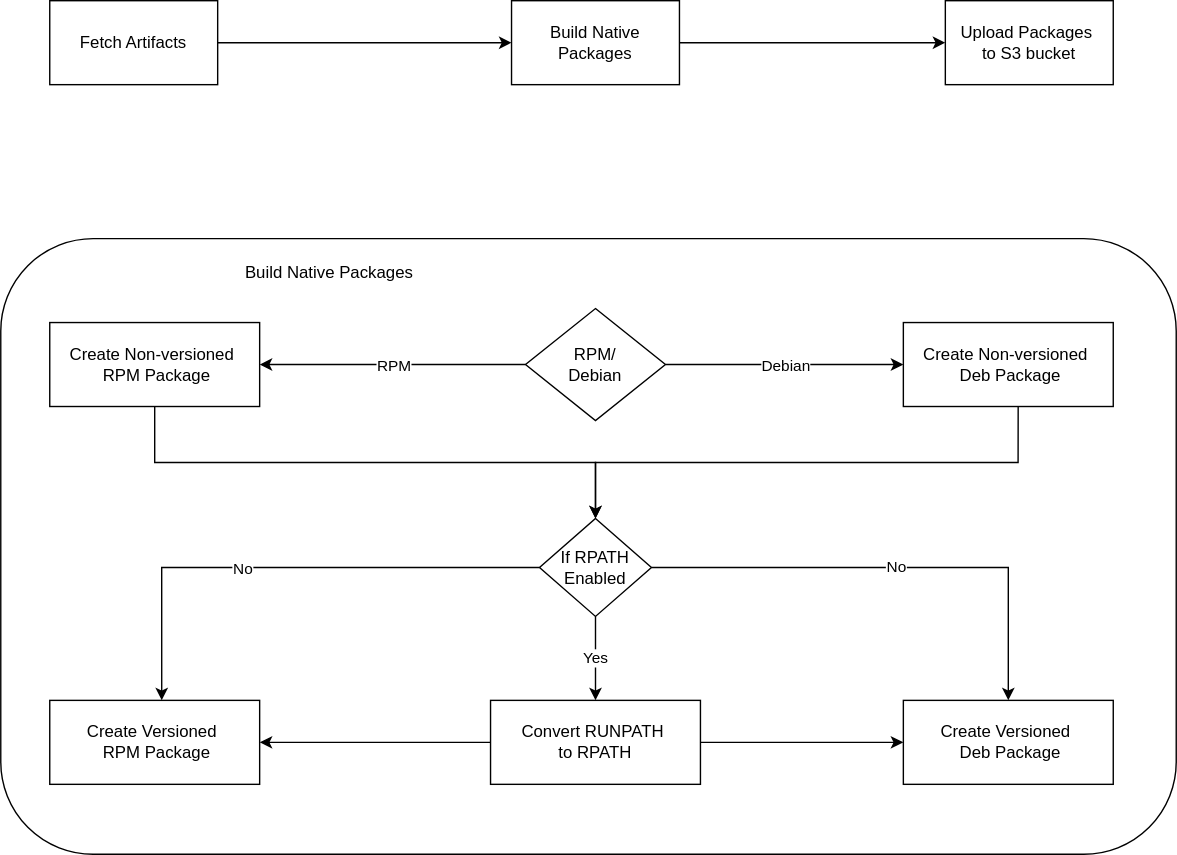
The draw.io diagram docs/packaging/assets/native_packaging.drawio.svg in ROCm/TheRock, before a commit. Source tidied: cells renumbered, new cells last; positions are measured from the earlier drawing's top-left corner, leaving out a move shared by most shapes.
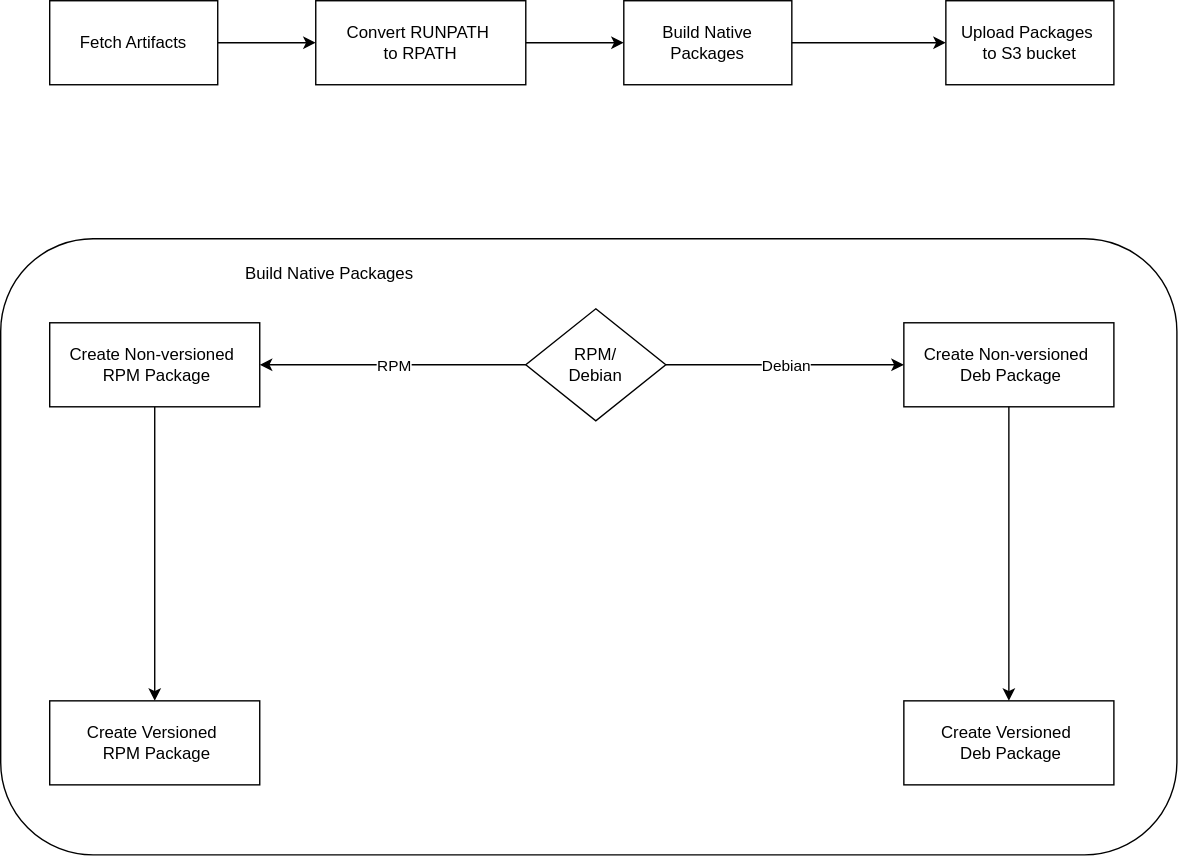
After the change.

Commit message:
Update flow diagram for native pacakging

What changed in the source:
```diff
@@ -2,14 +2,14 @@
   <root>
     <mxCell id="0" />
     <mxCell id="1" parent="0" />
-    <mxCell id="2" style="edgeStyle=orthogonalEdgeStyle;rounded=0;jettySize=auto;html=1;entryX=0;entryY=0.5;entryDx=0;entryDy=0;" parent="1" edge="1" source="3" target="4">
-      <mxGeometry relative="1" as="geometry" />
-    </mxCell>
+    <mxCell id="28" style="edgeStyle=orthogonalEdgeStyle;rounded=0;jettySize=auto;html=1;" parent="1" edge="1" source="3" target="24">
+      <mxGeometry relative="1" as="geometry" />
+    </mxCell>
     <mxCell id="3" value="Fetch Artifacts" style="rounded=0;whiteSpace=wrap;html=1;" parent="1" vertex="1">
       <mxGeometry x="35" width="120" height="60" as="geometry" />
     </mxCell>
     <mxCell id="4" value="Build Native Packages" style="rounded=0;whiteSpace=wrap;html=1;" parent="1" vertex="1">
-      <mxGeometry x="365" width="120" height="60" as="geometry" />
+      <mxGeometry x="445" width="120" height="60" as="geometry" />
     </mxCell>
     <mxCell id="5" value="Upload Packages&amp;nbsp;&lt;div&gt;to S3 bucket&lt;/div&gt;" style="rounded=0;whiteSpace=wrap;html=1;" parent="1" vertex="1">
       <mxGeometry x="675" width="120" height="60" as="geometry" />
@@ -17,9 +17,15 @@
     <mxCell id="6" style="endArrow=classic;html=1;rounded=0;exitX=1;exitY=0.5;exitDx=0;exitDy=0;entryX=0;entryY=0.5;entryDx=0;entryDy=0;" parent="1" edge="1" source="4" target="5">
       <mxGeometry relative="1" as="geometry" />
     </mxCell>
+    <mxCell id="29" style="edgeStyle=orthogonalEdgeStyle;rounded=0;jettySize=auto;html=1;entryX=0.5;entryY=0;entryDx=0;entryDy=0;exitX=0.5;exitY=1;exitDx=0;exitDy=0;" parent="1" edge="1" source="9" target="20">
+      <mxGeometry relative="1" as="geometry" />
+    </mxCell>
     <mxCell id="7" style="rounded=1;whiteSpace=wrap;html=1;" parent="1" vertex="1">
       <mxGeometry y="170" width="840" height="440" as="geometry" />
     </mxCell>
+    <mxCell id="30" style="edgeStyle=orthogonalEdgeStyle;rounded=0;jettySize=auto;html=1;entryX=0.5;entryY=0;entryDx=0;entryDy=0;" parent="1" edge="1" source="8" target="19">
+      <mxGeometry relative="1" as="geometry" />
+    </mxCell>
     <mxCell id="8" value="Create Non-versioned&amp;nbsp; &amp;nbsp;&lt;span style=&quot;background-color: transparent; color: light-dark(rgb(0, 0, 0), rgb(255, 255, 255));&quot;&gt;RPM&amp;nbsp;&lt;/span&gt;&lt;span style=&quot;background-color: transparent; color: light-dark(rgb(0, 0, 0), rgb(255, 255, 255));&quot;&gt;Package&lt;/span&gt;" style="rounded=0;whiteSpace=wrap;html=1;" parent="1" vertex="1">
       <mxGeometry x="35" y="230" width="150" height="60" as="geometry" />
     </mxCell>
@@ -41,60 +47,23 @@
     <mxCell id="14" value="Debian" style="edgeLabel;html=1;align=center;verticalAlign=middle;" parent="13" vertex="1">
       <mxGeometry relative="1" as="geometry" />
     </mxCell>
-    <mxCell id="15" value="Yes" style="edgeStyle=orthogonalEdgeStyle;rounded=0;jettySize=auto;html=1;entryX=0.5;entryY=0;entryDx=0;entryDy=0;" parent="1" edge="1" source="17" target="24">
-      <mxGeometry relative="1" as="geometry" />
-    </mxCell>
-    <mxCell id="16" value="No" style="edgeStyle=orthogonalEdgeStyle;rounded=0;jettySize=auto;html=1;entryX=0.5;entryY=0;entryDx=0;entryDy=0;" parent="1" edge="1" source="17" target="20">
-      <mxGeometry relative="1" as="geometry" />
-    </mxCell>
-    <mxCell id="17" value="If RPATH&lt;br&gt;Enabled" style="rhombus;whiteSpace=wrap;html=1;" parent="1" vertex="1">
-      <mxGeometry x="385" y="370" width="80" height="70" as="geometry" />
-    </mxCell>
-    <mxCell id="18" style="endArrow=classic;html=1;rounded=0;exitX=0.547;exitY=1;exitDx=0;exitDy=0;exitPerimeter=0;entryX=0.5;entryY=0;entryDx=0;entryDy=0;" parent="1" edge="1" source="9" target="17">
-      <mxGeometry relative="1" as="geometry">
-        <Array as="points">
-          <mxPoint x="727" y="330" />
-          <mxPoint x="715" y="330" />
-          <mxPoint x="425" y="330" />
-        </Array>
-      </mxGeometry>
-    </mxCell>
     <mxCell id="19" value="Create Versioned&amp;nbsp; &amp;nbsp;&lt;span style=&quot;background-color: transparent; color: light-dark(rgb(0, 0, 0), rgb(255, 255, 255));&quot;&gt;RPM&amp;nbsp;&lt;/span&gt;&lt;span style=&quot;background-color: transparent; color: light-dark(rgb(0, 0, 0), rgb(255, 255, 255));&quot;&gt;Package&lt;/span&gt;" style="rounded=0;whiteSpace=wrap;html=1;" parent="1" vertex="1">
       <mxGeometry x="35" y="500" width="150" height="60" as="geometry" />
     </mxCell>
     <mxCell id="20" value="Create Versioned&amp;nbsp; &amp;nbsp;Deb&lt;span style=&quot;background-color: transparent; color: light-dark(rgb(0, 0, 0), rgb(255, 255, 255));&quot;&gt;&amp;nbsp;&lt;/span&gt;&lt;span style=&quot;background-color: transparent; color: light-dark(rgb(0, 0, 0), rgb(255, 255, 255));&quot;&gt;Package&lt;/span&gt;" style="rounded=0;whiteSpace=wrap;html=1;" parent="1" vertex="1">
       <mxGeometry x="645" y="500" width="150" height="60" as="geometry" />
     </mxCell>
-    <mxCell id="21" style="endArrow=classic;html=1;rounded=0;exitX=0.5;exitY=1;exitDx=0;exitDy=0;entryX=0.5;entryY=0;entryDx=0;entryDy=0;" parent="1" edge="1" source="8" target="17">
-      <mxGeometry relative="1" as="geometry">
-        <Array as="points">
-          <mxPoint x="110" y="330" />
-          <mxPoint x="425" y="330" />
-        </Array>
-      </mxGeometry>
-    </mxCell>
-    <mxCell id="22" style="edgeStyle=orthogonalEdgeStyle;rounded=0;jettySize=auto;html=1;entryX=1;entryY=0.5;entryDx=0;entryDy=0;" parent="1" edge="1" source="24" target="19">
-      <mxGeometry relative="1" as="geometry" />
-    </mxCell>
-    <mxCell id="23" style="edgeStyle=orthogonalEdgeStyle;rounded=0;jettySize=auto;html=1;" parent="1" edge="1" source="24" target="20">
-      <mxGeometry relative="1" as="geometry" />
-    </mxCell>
+    <mxCell id="27" value="Build Native Packages" style="text;html=1;whiteSpace=wrap;strokeColor=none;fillColor=none;align=center;verticalAlign=middle;rounded=0;" parent="1" vertex="1">
+      <mxGeometry x="155" y="180" width="160" height="30" as="geometry" />
+    </mxCell>
+    <mxCell id="31" style="edgeStyle=orthogonalEdgeStyle;rounded=0;jettySize=auto;html=1;" parent="1" edge="1" source="24" target="4">
+      <mxGeometry relative="1" as="geometry" />
+    </mxCell>
     <mxCell id="24" value="Convert RUNPATH&amp;nbsp;&lt;div&gt;to RPATH&lt;/div&gt;" style="rounded=0;whiteSpace=wrap;html=1;" parent="1" vertex="1">
-      <mxGeometry x="350" y="500" width="150" height="60" as="geometry" />
+      <mxGeometry x="225" width="150" height="60" as="geometry" />
     </mxCell>
-    <mxCell id="25" style="edgeStyle=orthogonalEdgeStyle;rounded=0;jettySize=auto;html=1;entryX=0.113;entryY=0.75;entryDx=0;entryDy=0;entryPerimeter=0;exitX=0;exitY=0.5;exitDx=0;exitDy=0;" parent="1" edge="1" source="17">
-      <mxGeometry relative="1" as="geometry">
-        <mxPoint x="115" y="500" as="targetPoint" />
-        <Array as="points">
-          <mxPoint x="115" y="405" />
-        </Array>
-      </mxGeometry>
-    </mxCell>
-    <mxCell id="26" value="No" style="edgeLabel;html=1;align=center;verticalAlign=middle;" parent="25" vertex="1">
-      <mxGeometry x="0.17" relative="1" as="geometry" />
-    </mxCell>
-    <mxCell id="27" value="Build Native Packages" style="text;html=1;whiteSpace=wrap;strokeColor=none;fillColor=none;align=center;verticalAlign=middle;rounded=0;" parent="1" vertex="1">
-      <mxGeometry x="155" y="180" width="160" height="30" as="geometry" />
-    </mxCell>
+    <mxCell id="32" style="endArrow=classic;html=1;rounded=0;exitX=0.5;exitY=1;exitDx=0;exitDy=0;entryX=0.5;entryY=0;entryDx=0;entryDy=0;" parent="1" edge="1" source="9" target="20">
+      <mxGeometry relative="1" as="geometry" />
+    </mxCell>
   </root>
 </mxGraphModel>
```
